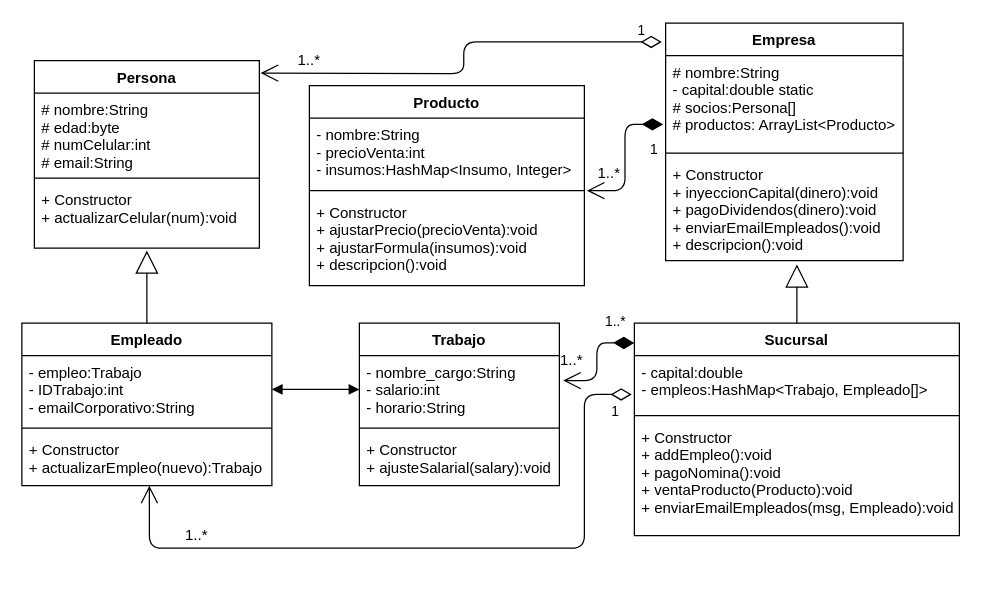
The draw.io diagram Retos/Trabajo-Empresa.drawio in jdarguello/Ciclo2_Java, before the edit. Source tidied: cells renumbered, new cells numbered last; positions are measured from the earlier drawing's top-left corner, leaving out a move shared by most shapes. Both pictures are drawn from the tidied source at 125%, with x=0, y=0 at pixel (21, 22).
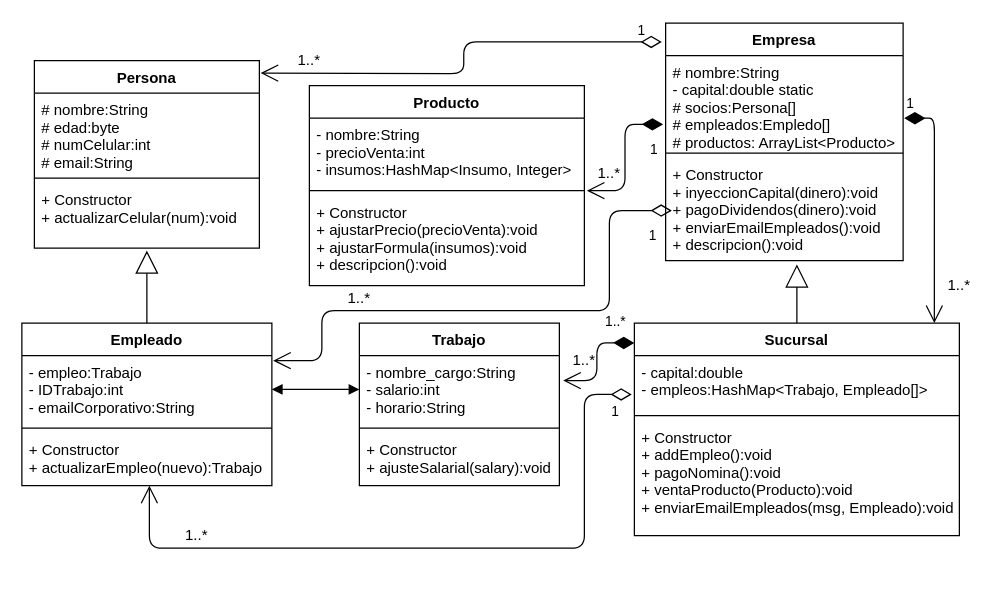
Above is the later version.

The change refers to these unchanged cells:
```xml
<mxCell id="7" value="- empleo:Trabajo&#10;- IDTrabajo:int&#10;- emailCorporativo:String&#10;" style="text;strokeColor=none;fillColor=none;align=left;verticalAlign=top;spacingLeft=4;spacingRight=4;overflow=hidden;points=[[0,0.5],[1,0.5]];portConstraint=eastwest;" parent="6" vertex="1">
  <mxGeometry y="26" width="200" height="54" as="geometry" />
</mxCell>
<mxCell id="11" value="Empresa" style="swimlane;fontStyle=1;align=center;verticalAlign=top;horizontal=1;startSize=26;" parent="1" vertex="1">
  <mxGeometry x="515" width="190" height="190" as="geometry" />
</mxCell>
<mxCell id="14" value="+ Constructor&#10;+ inyeccionCapital(dinero):void&#10;+ pagoDividendos(dinero):void&#10;+ enviarEmailEmpleados():void&#10;+ descripcion():void&#10;&#10;" style="text;strokeColor=none;fillColor=none;align=left;verticalAlign=top;spacingLeft=4;spacingRight=4;overflow=hidden;points=[[0,0.5],[1,0.5]];portConstraint=eastwest;" parent="11" vertex="1">
  <mxGeometry y="108" width="190" height="82" as="geometry" />
</mxCell>
<mxCell id="15" value="Sucursal" style="swimlane;fontStyle=1;align=center;verticalAlign=top;horizontal=1;startSize=26;" parent="1" vertex="1">
  <mxGeometry x="490" y="240" width="260" height="170" as="geometry" />
</mxCell>
```

Change to the diagram source:
```diff
@@
-    <mxCell id="12" value="# nombre:String&#10;- capital:double static&#10;# socios:Persona[]&#10;# productos: ArrayList&lt;Producto&gt;&#10;" style="text;strokeColor=none;fillColor=none;align=left;verticalAlign=top;spacingLeft=4;spacingRight=4;overflow=hidden;points=[[0,0.5],[1,0.5]];portConstraint=eastwest;" parent="11" vertex="1">
+    <mxCell id="12" value="# nombre:String&#10;- capital:double static&#10;# socios:Persona[]&#10;# empleados:Empledo[]&#10;# productos: ArrayList&lt;Producto&gt;&#10;" style="text;strokeColor=none;fillColor=none;align=left;verticalAlign=top;spacingLeft=4;spacingRight=4;overflow=hidden;points=[[0,0.5],[1,0.5]];portConstraint=eastwest;" parent="11" vertex="1">
       <mxGeometry y="26" width="190" height="74" as="geometry" />
     </mxCell>
@@
     <mxCell id="32" value="1..*" style="text;html=1;strokeColor=none;fillColor=none;align=center;verticalAlign=middle;whiteSpace=wrap;rounded=0;" parent="1" vertex="1">
-      <mxGeometry x="420" y="260" width="40" height="20" as="geometry" />
+      <mxGeometry x="430" y="260" width="40" height="20" as="geometry" />
     </mxCell>
@@
+    <mxCell id="37" value="1" style="endArrow=open;html=1;endSize=12;startArrow=diamondThin;startSize=14;startFill=0;edgeStyle=orthogonalEdgeStyle;align=left;verticalAlign=bottom;exitX=0.026;exitY=0.512;exitDx=0;exitDy=0;exitPerimeter=0;entryX=1.005;entryY=0.074;entryDx=0;entryDy=0;entryPerimeter=0;" parent="1" edge="1" source="14" target="7">
+      <mxGeometry x="-0.64" y="30" relative="1" as="geometry">
+        <Array as="points">
+          <mxPoint x="470" y="150" />
+          <mxPoint x="470" y="230" />
+          <mxPoint x="240" y="230" />
+          <mxPoint x="240" y="270" />
+        </Array>
+      </mxGeometry>
+    </mxCell>
+    <mxCell id="38" value="1..*" style="text;html=1;strokeColor=none;fillColor=none;align=center;verticalAlign=middle;whiteSpace=wrap;rounded=0;" parent="1" vertex="1">
+      <mxGeometry x="250" y="210" width="40" height="20" as="geometry" />
+    </mxCell>
+    <mxCell id="39" value="1" style="endArrow=open;html=1;endSize=12;startArrow=diamondThin;startSize=14;startFill=1;edgeStyle=orthogonalEdgeStyle;align=left;verticalAlign=bottom;exitX=1.005;exitY=0.676;exitDx=0;exitDy=0;exitPerimeter=0;entryX=0.923;entryY=0;entryDx=0;entryDy=0;entryPerimeter=0;" parent="1" edge="1" source="12" target="15">
+      <mxGeometry x="-1" y="3" relative="1" as="geometry" />
+    </mxCell>
+    <mxCell id="40" value="1..*" style="text;html=1;strokeColor=none;fillColor=none;align=center;verticalAlign=middle;whiteSpace=wrap;rounded=0;" parent="1" vertex="1">
+      <mxGeometry x="730" y="200" width="40" height="20" as="geometry" />
+    </mxCell>
```
